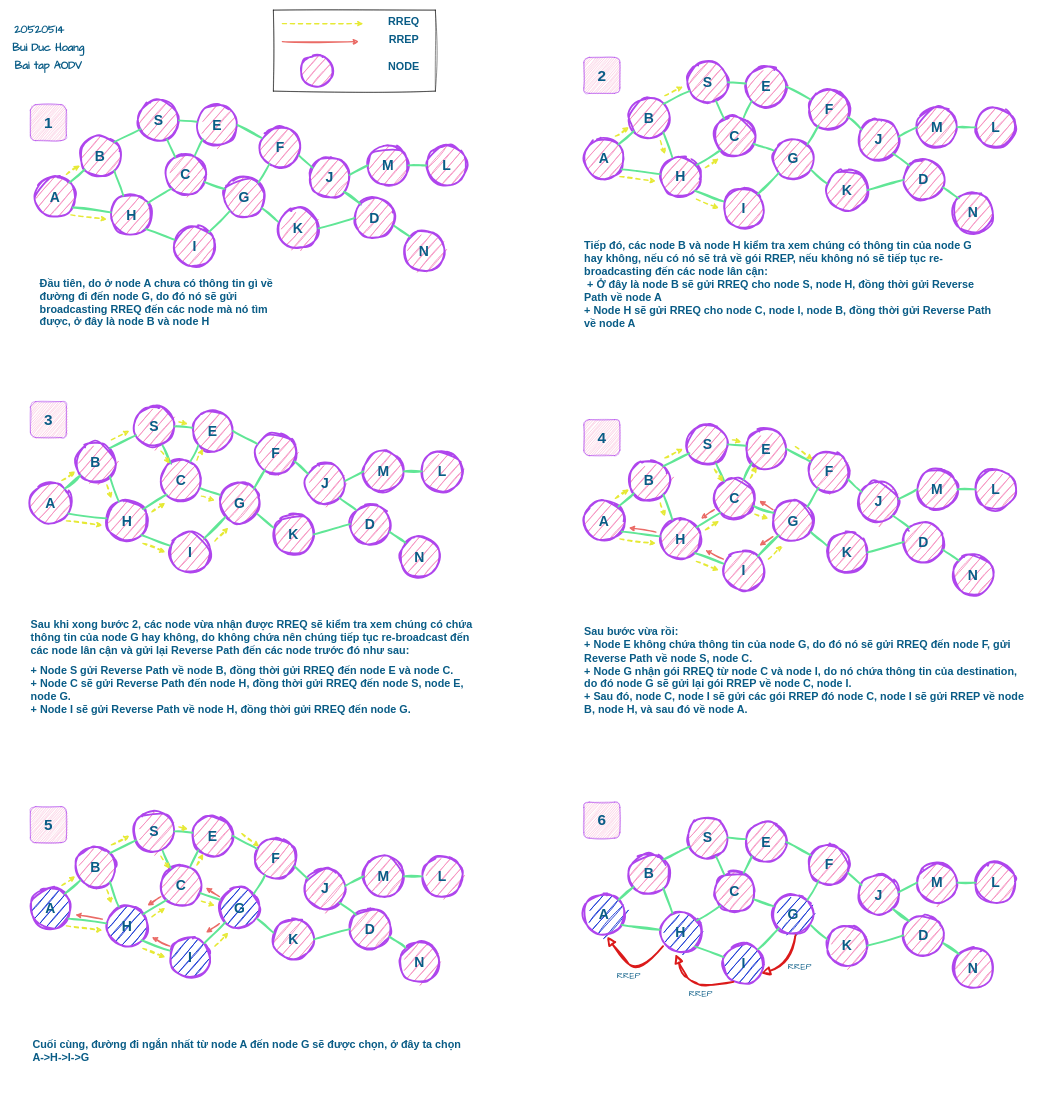
Before: Untitled Diagram.drawio in hoangbui24/NT330.N21_AODV_OSLR, a draw.io diagram. Source tidied: cells renumbered, new cells numbered last; positions are measured from the earlier drawing's top-left corner, leaving out a move shared by most shapes. Both pictures are drawn from the tidied source at 45%, with x=0, y=0 at pixel (8, 10).
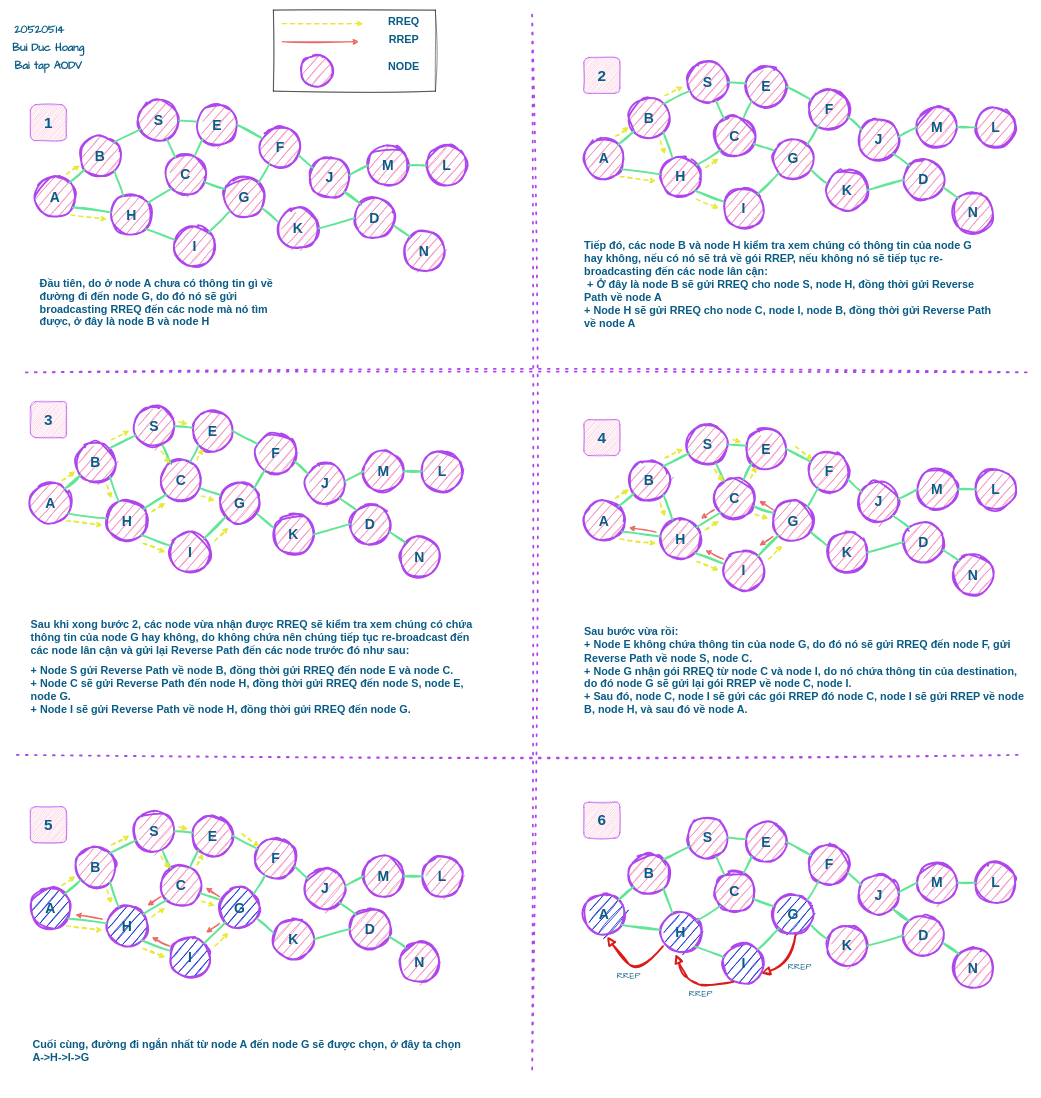
The same diagram, later.

Diff of the diagram source:
```diff
@@
+    <mxCell id="292" style="line;strokeWidth=4;direction=south;html=1;perimeter=backbonePerimeter;sketch=1;hachureGap=4;jiggle=2;curveFitting=1;fontFamily=Architects Daughter;fontSize=20;dashed=1;dashPattern=1 4;fillColor=#af45ed;strokeColor=#af45ed;" parent="1" vertex="1">
+      <mxGeometry x="1160" y="10" width="10" height="2350" as="geometry" />
+    </mxCell>
+    <mxCell id="293" style="line;strokeWidth=4;html=1;perimeter=backbonePerimeter;sketch=1;hachureGap=4;jiggle=2;curveFitting=1;fontFamily=Architects Daughter;fontSize=20;dashed=1;dashPattern=1 4;strokeColor=#AF45ED;" parent="1" vertex="1">
+      <mxGeometry x="20" y="1650" width="2230" height="10" as="geometry" />
+    </mxCell>
+    <mxCell id="294" style="line;strokeWidth=4;html=1;perimeter=backbonePerimeter;sketch=1;hachureGap=4;jiggle=2;curveFitting=1;fontFamily=Architects Daughter;fontSize=20;dashed=1;dashPattern=1 4;strokeColor=#af45ed;" parent="1" vertex="1">
+      <mxGeometry x="40" y="800" width="2230" height="10" as="geometry" />
+    </mxCell>
```
